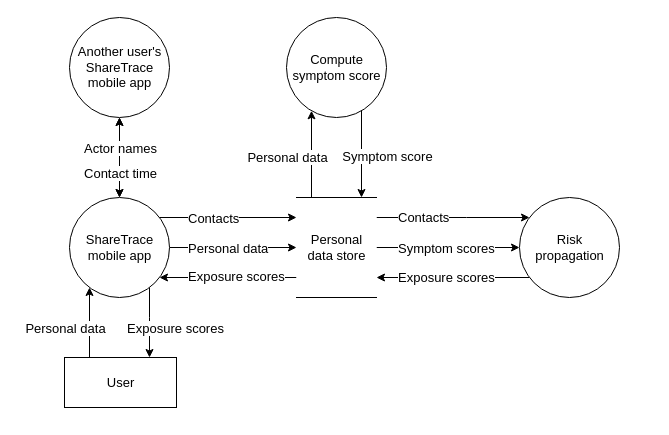
Before: assets/centralized-dataflow.drawio in rtatton/thesis, a draw.io diagram. Source tidied: cells renumbered, new cells numbered last; positions are measured from the earlier drawing's top-left corner, leaving out a move shared by most shapes. Both pictures are drawn from the tidied source at 100%, with x=0, y=0 at pixel (64, 17).
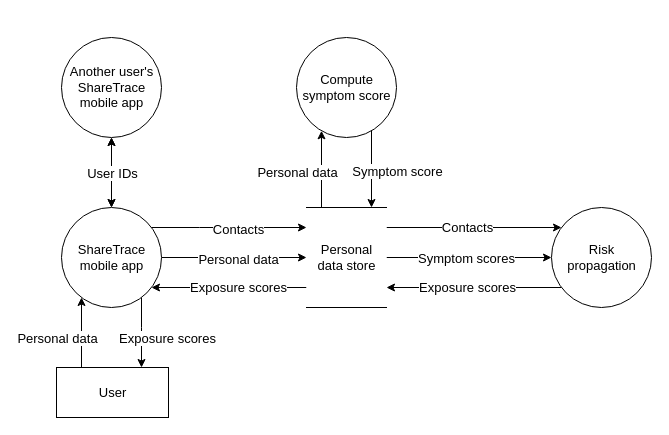
The same diagram, later.

The edit, as a diff of the source:
```diff
@@
     <mxCell id="2" style="edgeStyle=orthogonalEdgeStyle;rounded=0;jettySize=auto;html=1;fontSize=13;" parent="1" edge="1" source="4" target="16">
       <mxGeometry relative="1" as="geometry">
         <Array as="points">
-          <mxPoint x="297" y="140" />
-          <mxPoint x="297" y="140" />
+          <mxPoint x="307" y="150" />
+          <mxPoint x="307" y="150" />
         </Array>
       </mxGeometry>
     </mxCell>
@@
     <mxCell id="4" value="Compute&lt;br style=&quot;font-size: 13px;&quot;&gt;symptom score" style="shape=ellipse;html=1;dashed=0;whitespace=wrap;perimeter=ellipsePerimeter;fontSize=13;" parent="1" vertex="1">
-      <mxGeometry x="222" width="100" height="100" as="geometry" />
+      <mxGeometry x="232" y="20" width="100" height="100" as="geometry" />
     </mxCell>
     <mxCell id="5" style="edgeStyle=orthogonalEdgeStyle;rounded=0;jettySize=auto;html=1;fontSize=13;" parent="1" edge="1" source="7" target="22">
       <mxGeometry relative="1" as="geometry">
         <Array as="points">
-          <mxPoint x="25" y="310" />
-          <mxPoint x="25" y="310" />
+          <mxPoint x="17" y="320" />
+          <mxPoint x="17" y="320" />
         </Array>
       </mxGeometry>
     </mxCell>
-    <mxCell id="6" value="Personal data" style="edgeLabel;html=1;align=center;verticalAlign=middle;fontSize=13;" parent="5" vertex="1">
-      <mxGeometry relative="1" as="geometry">
-        <mxPoint x="-25" y="5" as="offset" />
-      </mxGeometry>
-    </mxCell>
+    <mxCell id="32" value="Personal data" style="edgeLabel;html=1;align=center;verticalAlign=middle;fontSize=13;" parent="5" vertex="1">
+      <mxGeometry relative="1" as="geometry">
+        <mxPoint x="-25" y="5" as="offset" />
+      </mxGeometry>
+    </mxCell>
     <mxCell id="7" value="User" style="html=1;dashed=0;whitespace=wrap;fontSize=13;" parent="1" vertex="1">
-      <mxGeometry y="340" width="112" height="50" as="geometry" />
+      <mxGeometry x="-8" y="350" width="112" height="50" as="geometry" />
     </mxCell>
-    <mxCell id="8" style="edgeStyle=orthogonalEdgeStyle;rounded=0;jettySize=auto;html=1;fontSize=13;" parent="1" edge="1" target="4">
-      <mxGeometry relative="1" as="geometry">
-        <mxPoint x="247" y="180" as="sourcePoint" />
-        <Array as="points">
-          <mxPoint x="247" y="140" />
-          <mxPoint x="247" y="140" />
-        </Array>
-      </mxGeometry>
-    </mxCell>
-    <mxCell id="9" value="Personal data" style="edgeLabel;html=1;align=center;verticalAlign=middle;fontSize=13;" parent="8" vertex="1">
-      <mxGeometry relative="1" as="geometry">
-        <mxPoint x="-25" y="2" as="offset" />
-      </mxGeometry>
-    </mxCell>
-    <mxCell id="10" style="edgeStyle=orthogonalEdgeStyle;rounded=0;jettySize=auto;html=1;fontSize=13;" parent="1" edge="1" source="16" target="27">
-      <mxGeometry relative="1" as="geometry">
-        <Array as="points">
-          <mxPoint x="402" y="200" />
-          <mxPoint x="402" y="200" />
-        </Array>
-      </mxGeometry>
-    </mxCell>
-    <mxCell id="11" value="Contacts" style="edgeLabel;html=1;align=left;verticalAlign=middle;fontSize=13;" parent="10" vertex="1">
-      <mxGeometry relative="1" as="geometry">
-        <mxPoint x="-57" y="-1" as="offset" />
-      </mxGeometry>
-    </mxCell>
+    <mxCell id="33" style="edgeStyle=orthogonalEdgeStyle;rounded=0;jettySize=auto;html=1;fontSize=13;" parent="1" edge="1" target="4">
+      <mxGeometry relative="1" as="geometry">
+        <mxPoint x="257" y="190" as="sourcePoint" />
+        <Array as="points">
+          <mxPoint x="257" y="150" />
+          <mxPoint x="257" y="150" />
+        </Array>
+      </mxGeometry>
+    </mxCell>
+    <mxCell id="34" value="Personal data" style="edgeLabel;html=1;align=center;verticalAlign=middle;fontSize=13;" parent="33" vertex="1">
+      <mxGeometry relative="1" as="geometry">
+        <mxPoint x="-25" y="2" as="offset" />
+      </mxGeometry>
+    </mxCell>
+    <mxCell id="35" style="edgeStyle=orthogonalEdgeStyle;rounded=0;jettySize=auto;html=1;fontSize=13;" parent="1" edge="1" source="16" target="27">
+      <mxGeometry relative="1" as="geometry">
+        <Array as="points">
+          <mxPoint x="412" y="210" />
+          <mxPoint x="412" y="210" />
+        </Array>
+      </mxGeometry>
+    </mxCell>
+    <mxCell id="36" value="Contacts" style="edgeLabel;html=1;align=center;verticalAlign=middle;fontSize=13;" parent="35" vertex="1">
+      <mxGeometry relative="1" as="geometry">
+        <mxPoint x="-8" y="-1" as="offset" />
+      </mxGeometry>
+    </mxCell>
     <mxCell id="12" style="edgeStyle=orthogonalEdgeStyle;rounded=0;jettySize=auto;html=1;fontSize=13;" parent="1" edge="1" source="16" target="22">
       <mxGeometry relative="1" as="geometry">
         <Array as="points">
-          <mxPoint x="125" y="260" />
-          <mxPoint x="125" y="260" />
+          <mxPoint x="135" y="270" />
+          <mxPoint x="135" y="270" />
         </Array>
       </mxGeometry>
     </mxCell>
-    <mxCell id="13" value="Exposure scores" style="edgeLabel;html=1;align=left;verticalAlign=middle;fontSize=13;" parent="12" vertex="1">
-      <mxGeometry x="0.06" y="-2" relative="1" as="geometry">
-        <mxPoint x="-37" as="offset" />
-      </mxGeometry>
-    </mxCell>
-    <mxCell id="14" style="edgeStyle=orthogonalEdgeStyle;rounded=0;jettySize=auto;html=1;exitX=1;exitY=0.5;exitDx=0;exitDy=0;fontSize=13;startArrow=none;startFill=0;" parent="1" edge="1" source="16" target="27">
-      <mxGeometry relative="1" as="geometry" />
-    </mxCell>
+    <mxCell id="37" value="Exposure scores" style="edgeLabel;html=1;align=center;verticalAlign=middle;fontSize=13;" parent="12" vertex="1">
+      <mxGeometry x="0.06" y="-2" relative="1" as="geometry">
+        <mxPoint x="13" y="1" as="offset" />
+      </mxGeometry>
+    </mxCell>
+    <mxCell id="38" style="edgeStyle=orthogonalEdgeStyle;rounded=0;jettySize=auto;html=1;exitX=1;exitY=0.5;exitDx=0;exitDy=0;fontSize=13;startArrow=none;startFill=0;" parent="1" edge="1" source="16" target="27">
+      <mxGeometry relative="1" as="geometry" />
+    </mxCell>
-    <mxCell id="15" value="Symptom scores" style="edgeLabel;html=1;align=left;verticalAlign=middle;fontSize=13;" parent="14" vertex="1">
+    <mxCell id="15" value="Symptom scores" style="edgeLabel;html=1;align=center;verticalAlign=middle;fontSize=13;" parent="38" vertex="1">
       <mxGeometry x="0.06" relative="1" as="geometry">
-        <mxPoint x="-56" as="offset" />
+        <mxPoint x="-8" as="offset" />
       </mxGeometry>
     </mxCell>
     <mxCell id="16" value="Personal&lt;br style=&quot;font-size: 13px;&quot;&gt;data store" style="html=1;dashed=0;whitespace=wrap;shape=partialRectangle;right=0;left=0;fontSize=13;" parent="1" vertex="1">
-      <mxGeometry x="232" y="180" width="80" height="100" as="geometry" />
+      <mxGeometry x="242" y="190" width="80" height="100" as="geometry" />
     </mxCell>
-    <mxCell id="17" style="edgeStyle=orthogonalEdgeStyle;rounded=0;jettySize=auto;html=1;fontSize=13;" parent="1" edge="1" source="22" target="16">
-      <mxGeometry relative="1" as="geometry">
-        <Array as="points">
-          <mxPoint x="125" y="230" />
-          <mxPoint x="125" y="230" />
-        </Array>
-      </mxGeometry>
-    </mxCell>
-    <mxCell id="18" value="Personal data" style="edgeLabel;html=1;align=left;verticalAlign=middle;fontSize=13;" parent="17" vertex="1">
-      <mxGeometry relative="1" as="geometry">
-        <mxPoint x="-47" as="offset" />
-      </mxGeometry>
-    </mxCell>
+    <mxCell id="39" style="edgeStyle=orthogonalEdgeStyle;rounded=0;jettySize=auto;html=1;fontSize=13;" parent="1" edge="1" source="22" target="16">
+      <mxGeometry relative="1" as="geometry">
+        <Array as="points">
+          <mxPoint x="135" y="240" />
+          <mxPoint x="135" y="240" />
+        </Array>
+      </mxGeometry>
+    </mxCell>
+    <mxCell id="40" value="Personal data" style="edgeLabel;html=1;align=center;verticalAlign=middle;fontSize=13;" parent="39" vertex="1">
+      <mxGeometry relative="1" as="geometry">
+        <mxPoint x="3" y="1" as="offset" />
+      </mxGeometry>
+    </mxCell>
     <mxCell id="19" style="edgeStyle=orthogonalEdgeStyle;rounded=0;jettySize=auto;html=1;fontSize=13;" parent="1" edge="1" source="22" target="7">
       <mxGeometry y="60" relative="1" as="geometry">
         <Array as="points">
-          <mxPoint x="85" y="300" />
-          <mxPoint x="85" y="300" />
+          <mxPoint x="77" y="310" />
+          <mxPoint x="77" y="310" />
         </Array>
       </mxGeometry>
     </mxCell>
-    <mxCell id="20" value="Exposure scores" style="edgeLabel;html=1;align=center;verticalAlign=middle;fontSize=13;" parent="19" vertex="1">
-      <mxGeometry relative="1" as="geometry">
-        <mxPoint x="25" y="5" as="offset" />
-      </mxGeometry>
-    </mxCell>
-    <mxCell id="21" style="edgeStyle=orthogonalEdgeStyle;rounded=0;jettySize=auto;html=1;fontSize=13;startArrow=classic;startFill=1;" parent="1" edge="1" source="22" target="28">
-      <mxGeometry relative="1" as="geometry" />
-    </mxCell>
+    <mxCell id="41" value="Exposure scores" style="edgeLabel;html=1;align=center;verticalAlign=middle;fontSize=13;" parent="19" vertex="1">
+      <mxGeometry relative="1" as="geometry">
+        <mxPoint x="25" y="5" as="offset" />
+      </mxGeometry>
+    </mxCell>
+    <mxCell id="42" style="edgeStyle=orthogonalEdgeStyle;rounded=0;jettySize=auto;html=1;fontSize=13;startArrow=classic;startFill=1;" parent="1" edge="1" source="22" target="28">
+      <mxGeometry relative="1" as="geometry" />
+    </mxCell>
     <mxCell id="22" value="ShareTrace&lt;br style=&quot;font-size: 13px;&quot;&gt;mobile app" style="shape=ellipse;html=1;dashed=0;whitespace=wrap;perimeter=ellipsePerimeter;fontSize=13;" parent="1" vertex="1">
-      <mxGeometry x="5" y="180" width="100" height="100" as="geometry" />
+      <mxGeometry x="-3" y="190" width="100" height="100" as="geometry" />
     </mxCell>
-    <mxCell id="23" style="edgeStyle=orthogonalEdgeStyle;rounded=0;jettySize=auto;html=1;fontSize=13;" parent="1" edge="1" source="22" target="16">
-      <mxGeometry relative="1" as="geometry">
-        <Array as="points">
-          <mxPoint x="125" y="200" />
-          <mxPoint x="125" y="200" />
-        </Array>
-      </mxGeometry>
-    </mxCell>
-    <mxCell id="24" value="Contacts" style="edgeLabel;html=1;align=left;verticalAlign=middle;fontSize=13;" parent="23" vertex="1">
-      <mxGeometry relative="1" as="geometry">
-        <mxPoint x="-42" as="offset" />
-      </mxGeometry>
-    </mxCell>
+    <mxCell id="43" style="edgeStyle=orthogonalEdgeStyle;rounded=0;jettySize=auto;html=1;fontSize=13;" parent="1" edge="1" source="22" target="16">
+      <mxGeometry relative="1" as="geometry">
+        <Array as="points">
+          <mxPoint x="135" y="210" />
+          <mxPoint x="135" y="210" />
+        </Array>
+      </mxGeometry>
+    </mxCell>
+    <mxCell id="44" value="Contacts" style="edgeLabel;html=1;align=center;verticalAlign=middle;fontSize=13;" parent="43" vertex="1">
+      <mxGeometry relative="1" as="geometry">
+        <mxPoint x="8" y="1" as="offset" />
+      </mxGeometry>
+    </mxCell>
     <mxCell id="25" style="edgeStyle=orthogonalEdgeStyle;rounded=0;jettySize=auto;html=1;fontSize=13;" parent="1" edge="1" source="27" target="16">
       <mxGeometry relative="1" as="geometry">
         <Array as="points">
-          <mxPoint x="392" y="260" />
-          <mxPoint x="392" y="260" />
+          <mxPoint x="402" y="270" />
+          <mxPoint x="402" y="270" />
         </Array>
       </mxGeometry>
     </mxCell>
-    <mxCell id="26" value="Exposure scores" style="edgeLabel;html=1;align=left;verticalAlign=middle;fontSize=13;" parent="25" vertex="1">
-      <mxGeometry relative="1" as="geometry">
-        <mxPoint x="-56" y="-1" as="offset" />
-      </mxGeometry>
-    </mxCell>
+    <mxCell id="45" value="Exposure scores" style="edgeLabel;html=1;align=center;verticalAlign=middle;fontSize=13;" parent="25" vertex="1">
+      <mxGeometry relative="1" as="geometry">
+        <mxPoint x="-7" y="-1" as="offset" />
+      </mxGeometry>
+    </mxCell>
-    <mxCell id="27" value="Risk &lt;br&gt;propagation" style="shape=ellipse;html=1;dashed=0;whitespace=wrap;perimeter=ellipsePerimeter;fontSize=13;" parent="1" vertex="1">
-      <mxGeometry x="455" y="180" width="100" height="100" as="geometry" />
+    <mxCell id="27" value="Risk&lt;br&gt;propagation" style="shape=ellipse;html=1;dashed=0;whitespace=wrap;perimeter=ellipsePerimeter;fontSize=13;" parent="1" vertex="1">
+      <mxGeometry x="487" y="190" width="100" height="100" as="geometry" />
     </mxCell>
     <mxCell id="28" value="Another user's&lt;br style=&quot;font-size: 13px;&quot;&gt;ShareTrace &lt;br&gt;mobile app" style="shape=ellipse;html=1;dashed=0;whitespace=wrap;perimeter=ellipsePerimeter;fontSize=13;" parent="1" vertex="1">
-      <mxGeometry x="5" width="100" height="100" as="geometry" />
+      <mxGeometry x="-3" y="20" width="100" height="100" as="geometry" />
     </mxCell>
-    <mxCell id="29" style="edgeStyle=orthogonalEdgeStyle;rounded=0;jettySize=auto;html=1;fontSize=13;entryX=0.5;entryY=1;entryDx=0;entryDy=0;exitX=0.5;exitY=0;exitDx=0;exitDy=0;startArrow=classic;startFill=1;" parent="1" edge="1" source="22" target="28">
-      <mxGeometry relative="1" as="geometry" />
-    </mxCell>
-    <mxCell id="30" value="Actor names" style="edgeLabel;html=1;align=center;verticalAlign=middle;fontSize=13;" parent="29" vertex="1">
-      <mxGeometry relative="1" as="geometry">
-        <mxPoint y="-10" as="offset" />
-      </mxGeometry>
-    </mxCell>
-    <mxCell id="31" value="Contact time" style="edgeLabel;html=1;align=center;verticalAlign=middle;fontSize=13;" parent="29" vertex="1">
-      <mxGeometry x="-0.26" relative="1" as="geometry">
-        <mxPoint y="5" as="offset" />
-      </mxGeometry>
-    </mxCell>
+    <mxCell id="46" style="edgeStyle=orthogonalEdgeStyle;rounded=0;jettySize=auto;html=1;fontSize=13;entryX=0.5;entryY=1;entryDx=0;entryDy=0;exitX=0.5;exitY=0;exitDx=0;exitDy=0;startArrow=classic;startFill=1;" parent="1" edge="1" source="22" target="28">
+      <mxGeometry relative="1" as="geometry" />
+    </mxCell>
+    <mxCell id="47" value="User IDs" style="edgeLabel;html=1;align=center;verticalAlign=middle;fontSize=13;" parent="46" vertex="1">
+      <mxGeometry relative="1" as="geometry" />
+    </mxCell>
```
